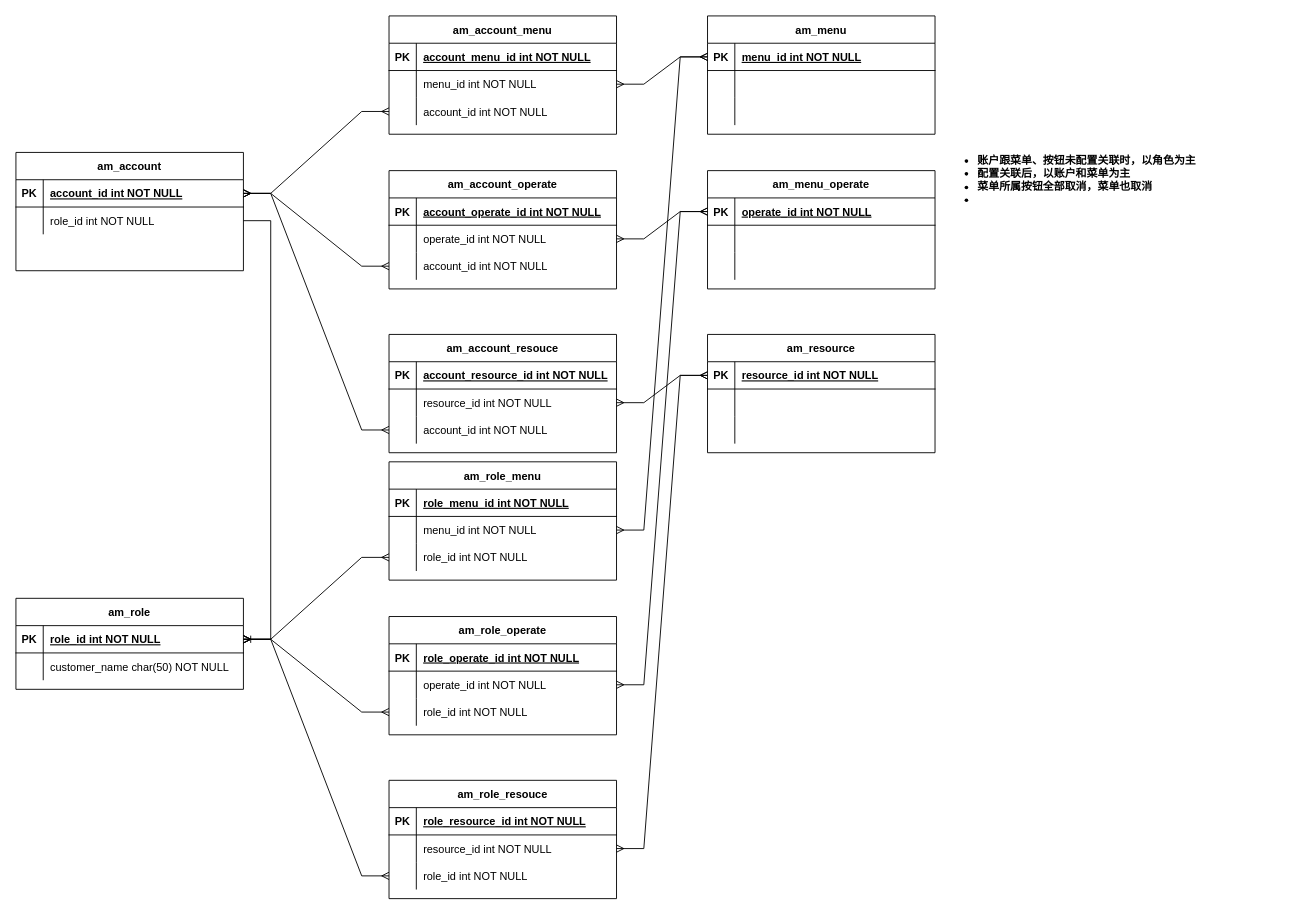
Earlier version of the draw.io diagram 权限设计-ER.drawio (stephenZkang/diagrams). Source tidied: cells renumbered, new cells numbered last; positions are measured from the earlier drawing's top-left corner, leaving out a move shared by most shapes. Both pictures are drawn from the tidied source at 91%, with x=0, y=0 at pixel (15, 15).
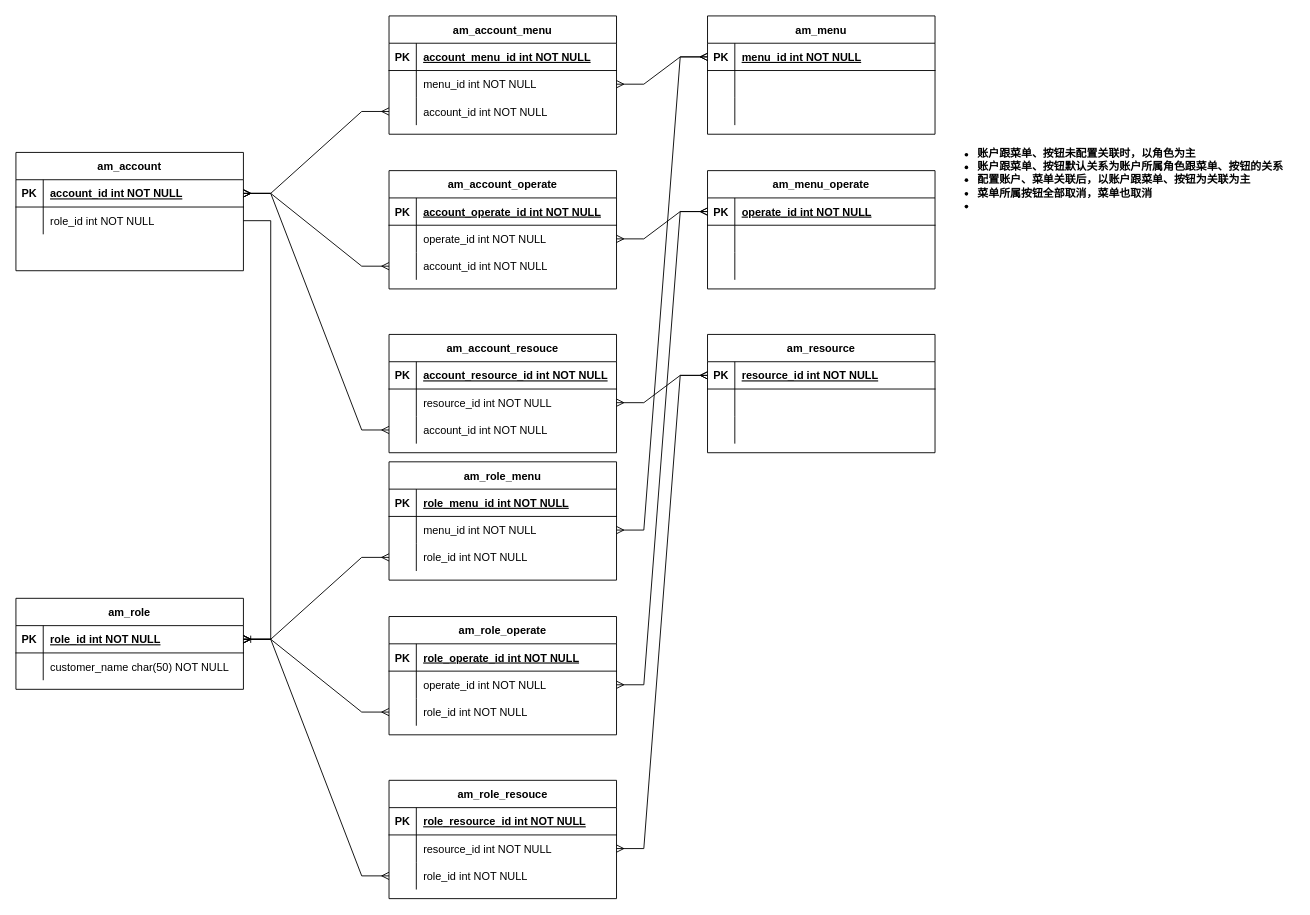
The same page after the edit.

Commit message (it also covers changes not shown here):
更新权限设计-ER.drawio

Change to the diagram source:
```diff
@@
-    <mxCell id="119" value="&lt;ul&gt;&lt;li&gt;&lt;b&gt;账户跟菜单、按钮未配置关联时，以角色为主&lt;/b&gt;&lt;/li&gt;&lt;li&gt;&lt;b&gt;配置关联后，以账户和菜单为主&lt;/b&gt;&lt;/li&gt;&lt;li&gt;&lt;b&gt;菜单所属按钮全部取消，菜单也取消&lt;/b&gt;&lt;/li&gt;&lt;li&gt;&lt;b&gt;&lt;br&gt;&lt;/b&gt;&lt;/li&gt;&lt;/ul&gt;" style="text;html=1;align=left;verticalAlign=middle;strokeColor=none;fillColor=none;" parent="1" vertex="1">
-      <mxGeometry x="1015" y="135" width="300" height="90" as="geometry" />
+    <mxCell id="119" value="&lt;ul&gt;&lt;li&gt;&lt;b&gt;账户跟菜单、按钮未配置关联时，以角色为主&lt;/b&gt;&lt;/li&gt;&lt;li&gt;&lt;b&gt;账户跟菜单、按钮默认关系&lt;/b&gt;&lt;b style=&quot;background-color: initial;&quot;&gt;为账户所属角色跟菜单、按钮的关系&lt;/b&gt;&lt;/li&gt;&lt;li&gt;&lt;b&gt;配置账户、菜单关联后，以账户跟菜单、按钮为关联为主&lt;/b&gt;&lt;/li&gt;&lt;li&gt;&lt;b&gt;菜单所属按钮全部取消，菜单也取消&lt;/b&gt;&lt;/li&gt;&lt;li&gt;&lt;b&gt;&lt;br&gt;&lt;/b&gt;&lt;/li&gt;&lt;/ul&gt;" style="text;html=1;align=left;verticalAlign=middle;strokeColor=none;fillColor=none;" parent="1" vertex="1">
+      <mxGeometry x="1015" y="130" width="390" height="100" as="geometry" />
     </mxCell>
```
